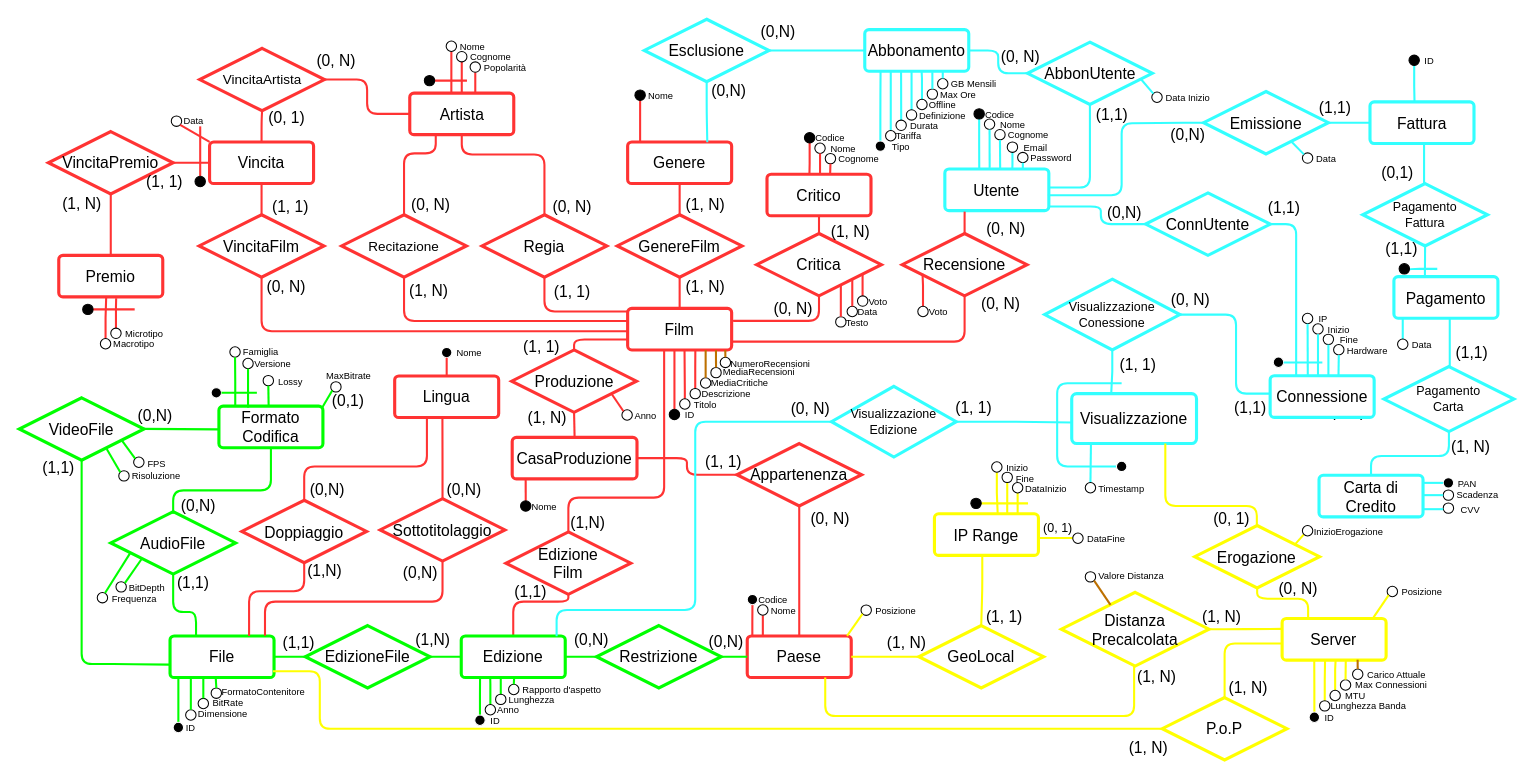
Earlier version of the draw.io diagram page "ER - ristrutturato" (2 of 2) of ER.drawio (Richie314/FilmSphere). Source tidied: cells renumbered, new cells numbered last; positions are measured from the earlier drawing's top-left corner, leaving out a move shared by most shapes. Both pictures are drawn from the tidied source at 104%, with x=0, y=0 at pixel (19, 19).
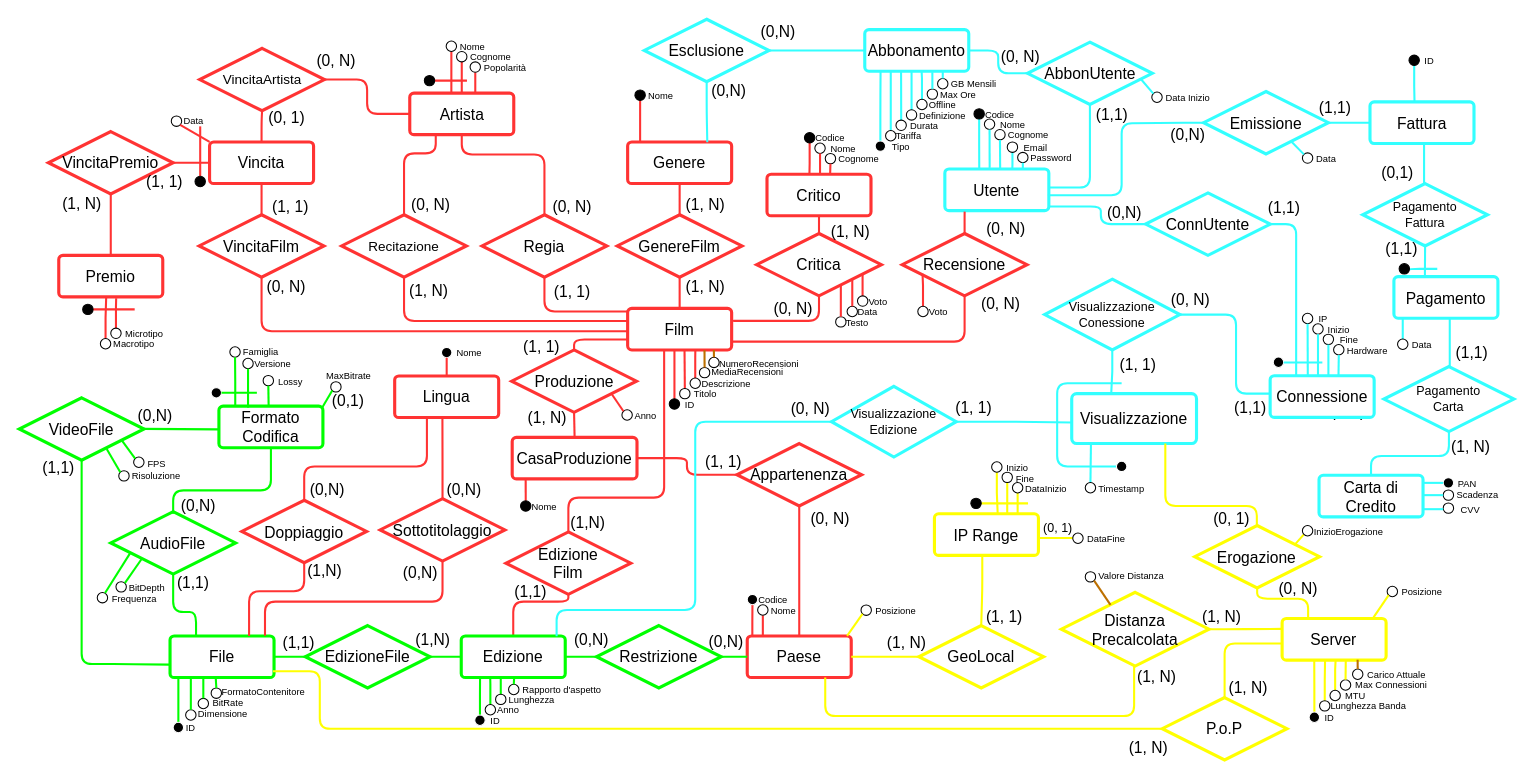
Above is the later version.

Commit message (it also covers changes not shown here):
Rimozione MediaCritiche

The change refers to these unchanged cells:
```xml
<mxCell id="4" value="&lt;font style=&quot;font-size: 15px;&quot;&gt;Film&lt;/font&gt;" style="rounded=1;arcSize=10;whiteSpace=wrap;html=1;align=center;strokeColor=#FF3333;strokeWidth=3;" parent="1" vertex="1">
  <mxGeometry x="585" y="278" width="100" height="40" as="geometry" />
</mxCell>
```

Diff of the diagram source:
```diff
@@
     <mxCell id="81" style="ellipse;whiteSpace=wrap;html=1;fillColor=#000000;" parent="1" vertex="1">
-      <mxGeometry x="625" y="375" width="10" height="10" as="geometry" />
+      <mxGeometry x="625" y="365" width="10" height="10" as="geometry" />
     </mxCell>
@@
     <mxCell id="83" style="ellipse;whiteSpace=wrap;html=1;fillColor=#FFFFFF;strokeColor=#000000;" parent="1" vertex="1">
-      <mxGeometry x="635" y="365" width="10" height="10" as="geometry" />
+      <mxGeometry x="635" y="355" width="10" height="10" as="geometry" />
     </mxCell>
@@
     <mxCell id="85" style="ellipse;whiteSpace=wrap;html=1;fillColor=#FFFFFF;strokeColor=#000000;" parent="1" vertex="1">
-      <mxGeometry x="645" y="355" width="10" height="10" as="geometry" />
+      <mxGeometry x="645" y="345" width="10" height="10" as="geometry" />
     </mxCell>
     <mxCell id="86" value="&lt;font style=&quot;font-size: 9px;&quot;&gt;ID&lt;br&gt;&lt;/font&gt;" style="text;html=1;strokeColor=none;fillColor=none;align=center;verticalAlign=middle;whiteSpace=wrap;rounded=0;" parent="1" vertex="1">
-      <mxGeometry x="635" y="375" width="20" height="10" as="geometry" />
+      <mxGeometry x="635" y="365" width="20" height="10" as="geometry" />
     </mxCell>
     <mxCell id="87" value="&lt;font style=&quot;font-size: 9px;&quot;&gt;Titolo&lt;br&gt;&lt;/font&gt;" style="text;html=1;strokeColor=none;fillColor=none;align=center;verticalAlign=middle;whiteSpace=wrap;rounded=0;" parent="1" vertex="1">
-      <mxGeometry x="645" y="365" width="30" height="10" as="geometry" />
+      <mxGeometry x="645" y="355" width="30" height="10" as="geometry" />
     </mxCell>
     <mxCell id="88" value="&lt;font style=&quot;font-size: 9px;&quot;&gt;Descrizione&lt;br&gt;&lt;/font&gt;" style="text;html=1;strokeColor=none;fillColor=none;align=center;verticalAlign=middle;whiteSpace=wrap;rounded=0;" parent="1" vertex="1">
-      <mxGeometry x="660" y="355" width="40" height="10" as="geometry" />
+      <mxGeometry x="660" y="345" width="40" height="10" as="geometry" />
     </mxCell>
@@
-    <mxCell id="414" style="ellipse;whiteSpace=wrap;html=1;fillColor=#FFFFFF;strokeColor=#000000;" parent="1" vertex="1">
-      <mxGeometry x="655" y="344.8" width="10" height="10" as="geometry" />
-    </mxCell>
-    <mxCell id="415" style="endArrow=none;html=1;rounded=0;entryX=0.5;entryY=0;entryDx=0;entryDy=0;exitX=0.75;exitY=1;exitDx=0;exitDy=0;strokeWidth=2;strokeColor=#BD7000;" parent="1" edge="1" source="4" target="414">
-      <mxGeometry relative="1" as="geometry" />
-    </mxCell>
-    <mxCell id="416" value="&lt;font style=&quot;font-size: 9px;&quot;&gt;MediaCritiche&lt;br&gt;&lt;/font&gt;" style="text;html=1;strokeColor=none;fillColor=none;align=center;verticalAlign=middle;whiteSpace=wrap;rounded=0;" parent="1" vertex="1">
-      <mxGeometry x="665" y="343.5" width="56" height="10" as="geometry" />
-    </mxCell>
     <mxCell id="417" style="ellipse;whiteSpace=wrap;html=1;fillColor=#FFFFFF;strokeColor=#000000;" parent="1" vertex="1">
-      <mxGeometry x="665" y="334.8" width="10" height="10" as="geometry" />
+      <mxGeometry x="654" y="334.8" width="10" height="10" as="geometry" />
     </mxCell>
     <mxCell id="418" value="&lt;font style=&quot;font-size: 9px;&quot;&gt;MediaRecensioni&lt;br&gt;&lt;/font&gt;" style="text;html=1;strokeColor=none;fillColor=none;align=center;verticalAlign=middle;whiteSpace=wrap;rounded=0;" parent="1" vertex="1">
-      <mxGeometry x="675" y="333.5" width="73" height="10" as="geometry" />
+      <mxGeometry x="664" y="333.5" width="73" height="10" as="geometry" />
     </mxCell>
     <mxCell id="419" style="ellipse;whiteSpace=wrap;html=1;fillColor=#FFFFFF;strokeColor=#000000;" parent="1" vertex="1">
-      <mxGeometry x="674" y="325" width="10" height="10" as="geometry" />
+      <mxGeometry x="663" y="325" width="10" height="10" as="geometry" />
     </mxCell>
     <mxCell id="420" value="&lt;font style=&quot;font-size: 9px;&quot;&gt;NumeroRecensioni&lt;br&gt;&lt;/font&gt;" style="text;html=1;strokeColor=none;fillColor=none;align=center;verticalAlign=middle;whiteSpace=wrap;rounded=0;" parent="1" vertex="1">
-      <mxGeometry x="685" y="325.5" width="75" height="10" as="geometry" />
+      <mxGeometry x="674" y="325.5" width="75" height="10" as="geometry" />
     </mxCell>
-    <mxCell id="421" style="endArrow=none;html=1;rounded=0;exitX=0.849;exitY=1.004;exitDx=0;exitDy=0;strokeWidth=2;strokeColor=#BD7000;exitPerimeter=0;entryX=0.5;entryY=0;entryDx=0;entryDy=0;" parent="1" edge="1" source="4" target="417">
-      <mxGeometry relative="1" as="geometry" />
+    <mxCell id="421" style="endArrow=none;html=1;rounded=0;exitX=0.849;exitY=1.004;exitDx=0;exitDy=0;strokeWidth=2;strokeColor=#BD7000;exitPerimeter=0;entryX=0.5;entryY=0;entryDx=0;entryDy=0;" parent="1" edge="1" target="417">
+      <mxGeometry relative="1" as="geometry">
+        <mxPoint x="658.9" y="318.2" as="sourcePoint" />
+      </mxGeometry>
     </mxCell>
-    <mxCell id="422" style="endArrow=none;html=1;rounded=0;strokeWidth=2;strokeColor=#BD7000;entryX=0.5;entryY=0;entryDx=0;entryDy=0;exitX=0.939;exitY=1.001;exitDx=0;exitDy=0;exitPerimeter=0;" parent="1" edge="1" source="4" target="419">
-      <mxGeometry relative="1" as="geometry" />
+    <mxCell id="422" style="endArrow=none;html=1;rounded=0;strokeWidth=2;strokeColor=#BD7000;entryX=0.5;entryY=0;entryDx=0;entryDy=0;exitX=0.939;exitY=1.001;exitDx=0;exitDy=0;exitPerimeter=0;" parent="1" edge="1" target="419">
+      <mxGeometry relative="1" as="geometry">
+        <mxPoint x="667.9" y="318" as="sourcePoint" />
+      </mxGeometry>
     </mxCell>
```
